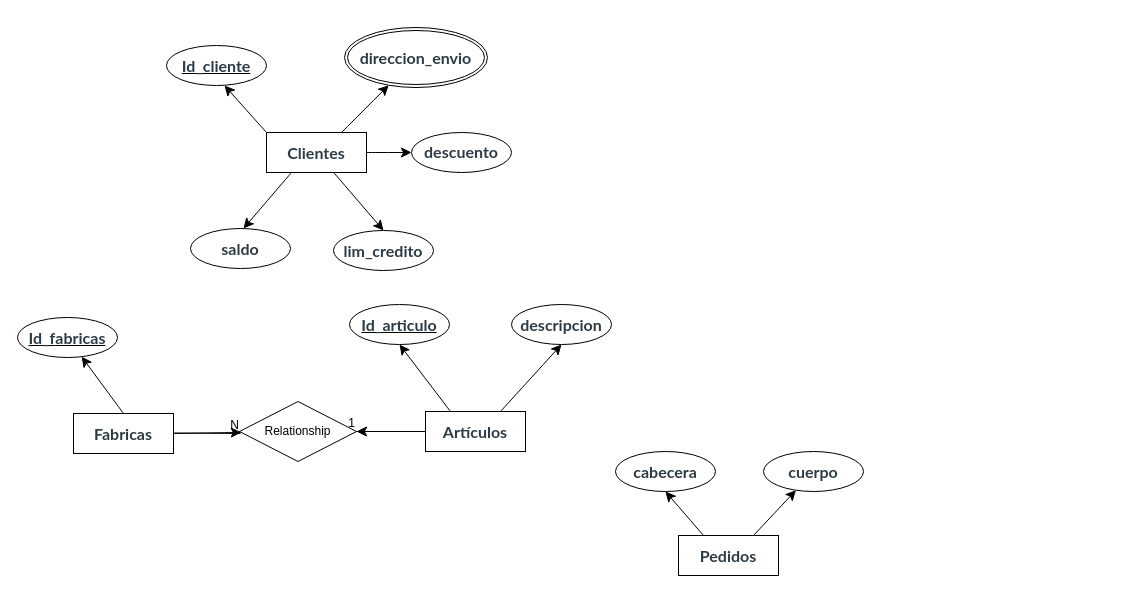
The draw.io diagram so8.drawio in ByronCOR/ESTRUDATOS, before the edit. Source tidied: cells renumbered, new cells numbered last; positions are measured from the earlier drawing's top-left corner, leaving out a move shared by most shapes. Both pictures are drawn from the tidied source at 100%, with x=0, y=0 at pixel (17, 27).
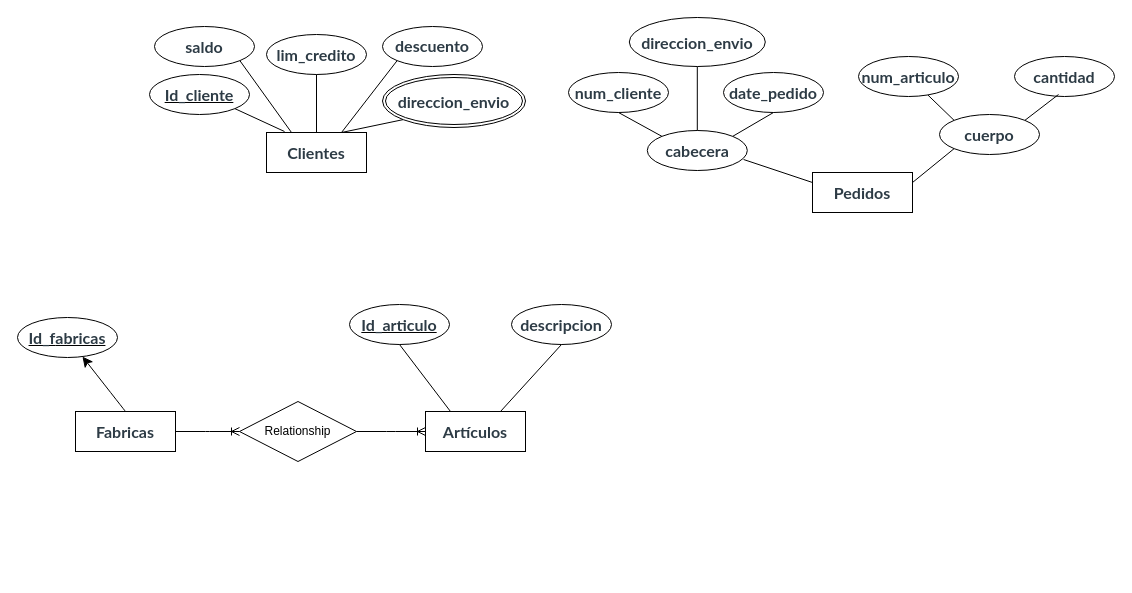
Above is the later version.

Unchanged cells that the change refers to:
```xml
<mxCell id="4" value="&lt;strong style=&quot;color: rgb(45, 59, 69); font-family: LatoWeb, &amp;quot;Lato Extended&amp;quot;, Lato, &amp;quot;Helvetica Neue&amp;quot;, Helvetica, Arial, sans-serif; font-size: 16px; text-align: left;&quot;&gt;Clientes&lt;/strong&gt;" style="whiteSpace=wrap;html=1;align=center;" parent="1" vertex="1">
  <mxGeometry x="249" y="105" width="100" height="40" as="geometry" />
</mxCell>
<mxCell id="12" value="&lt;strong style=&quot;color: rgb(45, 59, 69); font-family: LatoWeb, &amp;quot;Lato Extended&amp;quot;, Lato, &amp;quot;Helvetica Neue&amp;quot;, Helvetica, Arial, sans-serif; font-size: 16px; text-align: left;&quot;&gt;Artículos&lt;/strong&gt;" style="whiteSpace=wrap;html=1;align=center;" parent="1" vertex="1">
  <mxGeometry x="408" y="384" width="100" height="40" as="geometry" />
</mxCell>
<mxCell id="13" value="&lt;strong style=&quot;color: rgb(45, 59, 69); font-family: LatoWeb, &amp;quot;Lato Extended&amp;quot;, Lato, &amp;quot;Helvetica Neue&amp;quot;, Helvetica, Arial, sans-serif; font-size: 16px; text-align: left;&quot;&gt;Id_articulo&lt;/strong&gt;" style="ellipse;whiteSpace=wrap;html=1;align=center;fontStyle=4;" parent="1" vertex="1">
  <mxGeometry x="332" y="277" width="100" height="40" as="geometry" />
</mxCell>
<mxCell id="18" value="Relationship" style="shape=rhombus;perimeter=rhombusPerimeter;whiteSpace=wrap;html=1;align=center;" parent="1" vertex="1">
  <mxGeometry x="222" y="374" width="117" height="60" as="geometry" />
</mxCell>
```

The edit, as a diff of the source:
```diff
@@
-    <mxCell id="2" style="edgeStyle=none;curved=1;rounded=0;jettySize=auto;html=1;exitX=0.75;exitY=0;exitDx=0;exitDy=0;fontSize=12;startSize=8;endSize=8;" parent="1" edge="1" source="4" target="5">
-      <mxGeometry relative="1" as="geometry" />
-    </mxCell>
-    <mxCell id="3" style="edgeStyle=none;curved=1;rounded=0;jettySize=auto;html=1;exitX=1;exitY=0.5;exitDx=0;exitDy=0;fontSize=12;startSize=8;endSize=8;" parent="1" edge="1" source="4" target="25">
-      <mxGeometry relative="1" as="geometry" />
-    </mxCell>
@@
     <mxCell id="5" value="&lt;strong style=&quot;color: rgb(45, 59, 69); font-family: LatoWeb, &amp;quot;Lato Extended&amp;quot;, Lato, &amp;quot;Helvetica Neue&amp;quot;, Helvetica, Arial, sans-serif; font-size: 16px; text-align: left;&quot;&gt;direccion_envio&lt;/strong&gt;" style="ellipse;shape=doubleEllipse;margin=3;whiteSpace=wrap;html=1;align=center;" parent="1" vertex="1">
-      <mxGeometry x="327" width="143" height="60" as="geometry" />
+      <mxGeometry x="365" y="47" width="143" height="53" as="geometry" />
     </mxCell>
     <mxCell id="6" value="&lt;strong style=&quot;color: rgb(45, 59, 69); font-family: LatoWeb, &amp;quot;Lato Extended&amp;quot;, Lato, &amp;quot;Helvetica Neue&amp;quot;, Helvetica, Arial, sans-serif; font-size: 16px; text-align: left;&quot;&gt;saldo&lt;/strong&gt;" style="ellipse;whiteSpace=wrap;html=1;align=center;" parent="1" vertex="1">
-      <mxGeometry x="173" y="201" width="100" height="40" as="geometry" />
+      <mxGeometry x="137" y="-1" width="100" height="40" as="geometry" />
     </mxCell>
     <mxCell id="7" value="&lt;strong style=&quot;color: rgb(45, 59, 69); font-family: LatoWeb, &amp;quot;Lato Extended&amp;quot;, Lato, &amp;quot;Helvetica Neue&amp;quot;, Helvetica, Arial, sans-serif; font-size: 16px; text-align: left;&quot;&gt;lim_credito&lt;/strong&gt;" style="ellipse;whiteSpace=wrap;html=1;align=center;" parent="1" vertex="1">
-      <mxGeometry x="316" y="203" width="100" height="40" as="geometry" />
+      <mxGeometry x="249" y="7" width="100" height="40" as="geometry" />
     </mxCell>
     <mxCell id="8" value="&lt;strong style=&quot;color: rgb(45, 59, 69); font-family: LatoWeb, &amp;quot;Lato Extended&amp;quot;, Lato, &amp;quot;Helvetica Neue&amp;quot;, Helvetica, Arial, sans-serif; font-size: 16px; text-align: left;&quot;&gt;Id_cliente&lt;/strong&gt;" style="ellipse;whiteSpace=wrap;html=1;align=center;fontStyle=4;" parent="1" vertex="1">
-      <mxGeometry x="149" y="18" width="100" height="40" as="geometry" />
+      <mxGeometry x="132" y="47" width="100" height="40" as="geometry" />
     </mxCell>
-    <mxCell id="9" style="edgeStyle=none;curved=1;rounded=0;jettySize=auto;html=1;exitX=0.25;exitY=0;exitDx=0;exitDy=0;entryX=0.5;entryY=1;entryDx=0;entryDy=0;fontSize=12;startSize=8;endSize=8;" parent="1" edge="1" source="12" target="13">
-      <mxGeometry relative="1" as="geometry" />
-    </mxCell>
-    <mxCell id="10" style="edgeStyle=none;curved=1;rounded=0;jettySize=auto;html=1;exitX=0.75;exitY=0;exitDx=0;exitDy=0;entryX=0.5;entryY=1;entryDx=0;entryDy=0;fontSize=12;startSize=8;endSize=8;" parent="1" edge="1" source="12" target="21">
-      <mxGeometry relative="1" as="geometry" />
-    </mxCell>
-    <mxCell id="11" style="edgeStyle=none;curved=1;rounded=0;jettySize=auto;html=1;exitX=0;exitY=0.5;exitDx=0;exitDy=0;entryX=1;entryY=0.5;entryDx=0;entryDy=0;fontSize=12;startSize=8;endSize=8;" parent="1" edge="1" source="12" target="18">
-      <mxGeometry relative="1" as="geometry" />
-    </mxCell>
@@
-    <mxCell id="15" style="edgeStyle=none;curved=1;rounded=0;jettySize=auto;html=1;exitX=1;exitY=0.5;exitDx=0;exitDy=0;fontSize=12;startSize=8;endSize=8;" parent="1" edge="1" source="16" target="18">
-      <mxGeometry relative="1" as="geometry" />
-    </mxCell>
     <mxCell id="16" value="&lt;div style=&quot;text-align: left;&quot;&gt;&lt;font face=&quot;LatoWeb, Lato Extended, Lato, Helvetica Neue, Helvetica, Arial, sans-serif&quot; color=&quot;#2d3b45&quot;&gt;&lt;span style=&quot;font-size: 16px;&quot;&gt;&lt;b&gt;Fabricas&lt;/b&gt;&lt;/span&gt;&lt;/font&gt;&lt;/div&gt;" style="whiteSpace=wrap;html=1;align=center;" parent="1" vertex="1">
-      <mxGeometry x="56" y="386" width="100" height="40" as="geometry" />
+      <mxGeometry x="58" y="384" width="100" height="40" as="geometry" />
     </mxCell>
@@
+    <mxCell id="21" value="&lt;strong style=&quot;color: rgb(45, 59, 69); font-family: LatoWeb, &amp;quot;Lato Extended&amp;quot;, Lato, &amp;quot;Helvetica Neue&amp;quot;, Helvetica, Arial, sans-serif; font-size: 16px; text-align: left;&quot;&gt;descripcion&lt;/strong&gt;" style="ellipse;whiteSpace=wrap;html=1;align=center;" parent="1" vertex="1">
+      <mxGeometry x="494" y="277" width="100" height="40" as="geometry" />
+    </mxCell>
+    <mxCell id="24" value="&lt;strong style=&quot;color: rgb(45, 59, 69); font-family: LatoWeb, &amp;quot;Lato Extended&amp;quot;, Lato, &amp;quot;Helvetica Neue&amp;quot;, Helvetica, Arial, sans-serif; font-size: 16px; text-align: left;&quot;&gt;Pedidos&lt;/strong&gt;" style="whiteSpace=wrap;html=1;align=center;" parent="1" vertex="1">
+      <mxGeometry x="795" y="145" width="100" height="40" as="geometry" />
+    </mxCell>
+    <mxCell id="25" value="&lt;div style=&quot;text-align: left;&quot;&gt;&lt;span style=&quot;background-color: initial; font-size: 16px;&quot;&gt;&lt;font face=&quot;LatoWeb, Lato Extended, Lato, Helvetica Neue, Helvetica, Arial, sans-serif&quot; color=&quot;#2d3b45&quot;&gt;&lt;b&gt;descuento&lt;/b&gt;&lt;/font&gt;&lt;/span&gt;&lt;/div&gt;" style="ellipse;whiteSpace=wrap;html=1;align=center;" parent="1" vertex="1">
+      <mxGeometry x="365" y="-1" width="100" height="40" as="geometry" />
+    </mxCell>
+    <mxCell id="30" value="&lt;div style=&quot;text-align: left;&quot;&gt;&lt;font face=&quot;LatoWeb, Lato Extended, Lato, Helvetica Neue, Helvetica, Arial, sans-serif&quot; color=&quot;#2d3b45&quot;&gt;&lt;span style=&quot;font-size: 16px;&quot;&gt;&lt;b&gt;cabecera&lt;/b&gt;&lt;/span&gt;&lt;/font&gt;&lt;/div&gt;" style="ellipse;whiteSpace=wrap;html=1;align=center;" parent="1" vertex="1">
+      <mxGeometry x="629.8" y="103" width="100" height="40" as="geometry" />
+    </mxCell>
+    <mxCell id="31" value="&lt;div style=&quot;text-align: left;&quot;&gt;&lt;strong style=&quot;color: rgb(45, 59, 69); font-family: LatoWeb, &amp;quot;Lato Extended&amp;quot;, Lato, &amp;quot;Helvetica Neue&amp;quot;, Helvetica, Arial, sans-serif; font-size: 16px;&quot;&gt;cuerpo&lt;/strong&gt;&lt;br&gt;&lt;/div&gt;" style="ellipse;whiteSpace=wrap;html=1;align=center;" parent="1" vertex="1">
+      <mxGeometry x="922" y="87" width="100" height="40" as="geometry" />
+    </mxCell>
+    <mxCell id="15" style="edgeStyle=entityRelationEdgeStyle;fontSize=12;html=1;endArrow=ERoneToMany;rounded=0;exitX=1;exitY=0.5;exitDx=0;exitDy=0;entryX=0;entryY=0.5;entryDx=0;entryDy=0;" parent="1" edge="1" source="16" target="18">
+      <mxGeometry relative="1" as="geometry">
+        <Array as="points">
+          <mxPoint x="190" y="406" />
+        </Array>
+      </mxGeometry>
+    </mxCell>
+    <mxCell id="32" style="endArrow=none;html=1;rounded=0;entryX=1;entryY=1;entryDx=0;entryDy=0;exitX=0.18;exitY=-0.025;exitDx=0;exitDy=0;exitPerimeter=0;" parent="1" edge="1" source="4" target="8">
+      <mxGeometry relative="1" as="geometry" />
+    </mxCell>
+    <mxCell id="2" style="endArrow=none;html=1;rounded=0;entryX=0;entryY=1;entryDx=0;entryDy=0;exitX=0.75;exitY=0;exitDx=0;exitDy=0;" parent="1" edge="1" source="4" target="5">
+      <mxGeometry relative="1" as="geometry" />
+    </mxCell>
+    <mxCell id="20" style="endArrow=none;html=1;rounded=0;entryX=1;entryY=1;entryDx=0;entryDy=0;exitX=0.25;exitY=0;exitDx=0;exitDy=0;" parent="1" edge="1" source="4" target="6">
+      <mxGeometry relative="1" as="geometry" />
+    </mxCell>
-    <mxCell id="19" style="edgeStyle=none;curved=1;rounded=0;jettySize=auto;html=1;entryX=0.5;entryY=0;entryDx=0;entryDy=0;fontSize=12;startSize=8;endSize=8;" parent="1" edge="1" source="4" target="7">
+    <mxCell id="19" style="endArrow=none;html=1;rounded=0;entryX=0.5;entryY=1;entryDx=0;entryDy=0;exitX=0.5;exitY=0;exitDx=0;exitDy=0;" parent="1" edge="1" source="4" target="7">
       <mxGeometry relative="1" as="geometry" />
     </mxCell>
-    <mxCell id="20" style="edgeStyle=none;curved=1;rounded=0;jettySize=auto;html=1;exitX=0.25;exitY=1;exitDx=0;exitDy=0;entryX=0.53;entryY=0;entryDx=0;entryDy=0;entryPerimeter=0;fontSize=12;startSize=8;endSize=8;" parent="1" edge="1" source="4" target="6">
-      <mxGeometry relative="1" as="geometry" />
-    </mxCell>
-    <mxCell id="21" value="&lt;strong style=&quot;color: rgb(45, 59, 69); font-family: LatoWeb, &amp;quot;Lato Extended&amp;quot;, Lato, &amp;quot;Helvetica Neue&amp;quot;, Helvetica, Arial, sans-serif; font-size: 16px; text-align: left;&quot;&gt;descripcion&lt;/strong&gt;" style="ellipse;whiteSpace=wrap;html=1;align=center;" parent="1" vertex="1">
-      <mxGeometry x="494" y="277" width="100" height="40" as="geometry" />
-    </mxCell>
+    <mxCell id="3" style="endArrow=none;html=1;rounded=0;exitX=0.75;exitY=0;exitDx=0;exitDy=0;entryX=0;entryY=1;entryDx=0;entryDy=0;" parent="1" edge="1" source="4" target="25">
+      <mxGeometry relative="1" as="geometry" />
+    </mxCell>
+    <mxCell id="33" value="&lt;div style=&quot;text-align: left;&quot;&gt;&lt;font face=&quot;LatoWeb, Lato Extended, Lato, Helvetica Neue, Helvetica, Arial, sans-serif&quot; color=&quot;#2d3b45&quot;&gt;&lt;span style=&quot;font-size: 16px;&quot;&gt;&lt;b&gt;num_cliente&lt;/b&gt;&lt;/span&gt;&lt;/font&gt;&lt;/div&gt;" style="ellipse;whiteSpace=wrap;html=1;align=center;" parent="1" vertex="1">
+      <mxGeometry x="551" y="45" width="100" height="40" as="geometry" />
+    </mxCell>
+    <mxCell id="34" value="&lt;div style=&quot;text-align: left;&quot;&gt;&lt;font face=&quot;LatoWeb, Lato Extended, Lato, Helvetica Neue, Helvetica, Arial, sans-serif&quot; color=&quot;#2d3b45&quot;&gt;&lt;span style=&quot;font-size: 16px;&quot;&gt;&lt;b&gt;date_pedido&lt;/b&gt;&lt;/span&gt;&lt;/font&gt;&lt;/div&gt;" style="ellipse;whiteSpace=wrap;html=1;align=center;" parent="1" vertex="1">
+      <mxGeometry x="706" y="45" width="100" height="40" as="geometry" />
+    </mxCell>
+    <mxCell id="35" value="&lt;div style=&quot;text-align: left;&quot;&gt;&lt;font face=&quot;LatoWeb, Lato Extended, Lato, Helvetica Neue, Helvetica, Arial, sans-serif&quot; color=&quot;#2d3b45&quot;&gt;&lt;span style=&quot;font-size: 16px;&quot;&gt;&lt;b&gt;num_articulo&lt;/b&gt;&lt;/span&gt;&lt;/font&gt;&lt;/div&gt;" style="ellipse;whiteSpace=wrap;html=1;align=center;" parent="1" vertex="1">
+      <mxGeometry x="841" y="29" width="100" height="40" as="geometry" />
+    </mxCell>
+    <mxCell id="36" value="&lt;div style=&quot;text-align: left;&quot;&gt;&lt;font face=&quot;LatoWeb, Lato Extended, Lato, Helvetica Neue, Helvetica, Arial, sans-serif&quot; color=&quot;#2d3b45&quot;&gt;&lt;span style=&quot;font-size: 16px;&quot;&gt;&lt;b&gt;cantidad&lt;/b&gt;&lt;/span&gt;&lt;/font&gt;&lt;/div&gt;" style="ellipse;whiteSpace=wrap;html=1;align=center;" parent="1" vertex="1">
+      <mxGeometry x="997" y="29" width="100" height="40" as="geometry" />
+    </mxCell>
+    <mxCell id="37" style="endArrow=none;html=1;rounded=0;exitX=0;exitY=0;exitDx=0;exitDy=0;entryX=0.5;entryY=1;entryDx=0;entryDy=0;" parent="1" edge="1" source="30" target="33">
+      <mxGeometry relative="1" as="geometry" />
+    </mxCell>
+    <mxCell id="38" style="endArrow=none;html=1;rounded=0;exitX=0.5;exitY=0;exitDx=0;exitDy=0;entryX=0.5;entryY=1;entryDx=0;entryDy=0;" parent="1" edge="1" source="30" target="39">
+      <mxGeometry relative="1" as="geometry" />
+    </mxCell>
+    <mxCell id="39" value="&lt;strong style=&quot;color: rgb(45, 59, 69); font-family: LatoWeb, &amp;quot;Lato Extended&amp;quot;, Lato, &amp;quot;Helvetica Neue&amp;quot;, Helvetica, Arial, sans-serif; font-size: 16px; text-align: left;&quot;&gt;direccion_envio&lt;/strong&gt;" style="ellipse;whiteSpace=wrap;html=1;align=center;" parent="1" vertex="1">
+      <mxGeometry x="611.8" y="-10" width="136" height="49" as="geometry" />
+    </mxCell>
+    <mxCell id="40" style="endArrow=none;html=1;rounded=0;exitX=1;exitY=0;exitDx=0;exitDy=0;entryX=0.5;entryY=1;entryDx=0;entryDy=0;" parent="1" edge="1" source="30" target="34">
+      <mxGeometry relative="1" as="geometry" />
+    </mxCell>
-    <mxCell id="22" style="edgeStyle=none;curved=1;rounded=0;jettySize=auto;html=1;exitX=0.25;exitY=0;exitDx=0;exitDy=0;entryX=0.5;entryY=1;entryDx=0;entryDy=0;fontSize=12;startSize=8;endSize=8;" parent="1" edge="1" source="24" target="30">
+    <mxCell id="22" style="endArrow=none;html=1;rounded=0;exitX=0;exitY=0.25;exitDx=0;exitDy=0;entryX=0.963;entryY=0.725;entryDx=0;entryDy=0;entryPerimeter=0;" parent="1" edge="1" source="24" target="30">
       <mxGeometry relative="1" as="geometry" />
     </mxCell>
-    <mxCell id="23" style="edgeStyle=none;curved=1;rounded=0;jettySize=auto;html=1;exitX=0.75;exitY=0;exitDx=0;exitDy=0;fontSize=12;startSize=8;endSize=8;" parent="1" edge="1" source="24" target="31">
+    <mxCell id="23" style="endArrow=none;html=1;rounded=0;exitX=1;exitY=0.25;exitDx=0;exitDy=0;entryX=0;entryY=1;entryDx=0;entryDy=0;" parent="1" edge="1" source="24" target="31">
       <mxGeometry relative="1" as="geometry" />
     </mxCell>
-    <mxCell id="24" value="&lt;strong style=&quot;color: rgb(45, 59, 69); font-family: LatoWeb, &amp;quot;Lato Extended&amp;quot;, Lato, &amp;quot;Helvetica Neue&amp;quot;, Helvetica, Arial, sans-serif; font-size: 16px; text-align: left;&quot;&gt;Pedidos&lt;/strong&gt;" style="whiteSpace=wrap;html=1;align=center;" parent="1" vertex="1">
-      <mxGeometry x="661" y="508" width="100" height="40" as="geometry" />
-    </mxCell>
-    <mxCell id="25" value="&lt;div style=&quot;text-align: left;&quot;&gt;&lt;span style=&quot;background-color: initial; font-size: 16px;&quot;&gt;&lt;font face=&quot;LatoWeb, Lato Extended, Lato, Helvetica Neue, Helvetica, Arial, sans-serif&quot; color=&quot;#2d3b45&quot;&gt;&lt;b&gt;descuento&lt;/b&gt;&lt;/font&gt;&lt;/span&gt;&lt;/div&gt;" style="ellipse;whiteSpace=wrap;html=1;align=center;" parent="1" vertex="1">
-      <mxGeometry x="394" y="105" width="100" height="40" as="geometry" />
-    </mxCell>
-    <mxCell id="26" style="endArrow=none;html=1;rounded=0;fontSize=12;startSize=8;endSize=8;curved=1;entryX=1;entryY=0.5;entryDx=0;entryDy=0;" parent="1" edge="1" source="12" target="18">
-      <mxGeometry relative="1" as="geometry" />
-    </mxCell>
-    <mxCell id="27" value="1" style="html=1;whiteSpace=wrap;align=right;verticalAlign=bottom;" parent="26" vertex="1">
-      <mxGeometry x="1" relative="1" as="geometry" />
-    </mxCell>
-    <mxCell id="28" style="endArrow=none;html=1;rounded=0;fontSize=12;startSize=8;endSize=8;curved=1;" parent="1" edge="1">
-      <mxGeometry relative="1" as="geometry">
-        <mxPoint x="156" y="405.5" as="sourcePoint" />
-        <mxPoint x="223" y="406" as="targetPoint" />
-      </mxGeometry>
-    </mxCell>
-    <mxCell id="29" value="N" style="html=1;whiteSpace=wrap;align=right;verticalAlign=bottom;" parent="28" vertex="1">
-      <mxGeometry x="1" relative="1" as="geometry" />
-    </mxCell>
-    <mxCell id="30" value="&lt;div style=&quot;text-align: left;&quot;&gt;&lt;font face=&quot;LatoWeb, Lato Extended, Lato, Helvetica Neue, Helvetica, Arial, sans-serif&quot; color=&quot;#2d3b45&quot;&gt;&lt;span style=&quot;font-size: 16px;&quot;&gt;&lt;b&gt;cabecera&lt;/b&gt;&lt;/span&gt;&lt;/font&gt;&lt;/div&gt;" style="ellipse;whiteSpace=wrap;html=1;align=center;" parent="1" vertex="1">
-      <mxGeometry x="598" y="424" width="100" height="40" as="geometry" />
-    </mxCell>
-    <mxCell id="31" value="&lt;div style=&quot;text-align: left;&quot;&gt;&lt;strong style=&quot;color: rgb(45, 59, 69); font-family: LatoWeb, &amp;quot;Lato Extended&amp;quot;, Lato, &amp;quot;Helvetica Neue&amp;quot;, Helvetica, Arial, sans-serif; font-size: 16px;&quot;&gt;cuerpo&lt;/strong&gt;&lt;br&gt;&lt;/div&gt;" style="ellipse;whiteSpace=wrap;html=1;align=center;" parent="1" vertex="1">
-      <mxGeometry x="746" y="424" width="100" height="40" as="geometry" />
-    </mxCell>
-    <mxCell id="32" style="edgeStyle=none;curved=1;rounded=0;jettySize=auto;html=1;exitX=0;exitY=0;exitDx=0;exitDy=0;entryX=0.58;entryY=1;entryDx=0;entryDy=0;entryPerimeter=0;fontSize=12;startSize=8;endSize=8;" parent="1" edge="1" source="4" target="8">
-      <mxGeometry relative="1" as="geometry" />
-    </mxCell>
+    <mxCell id="41" style="endArrow=none;html=1;rounded=0;exitX=0;exitY=0;exitDx=0;exitDy=0;" parent="1" edge="1" source="31" target="35">
+      <mxGeometry relative="1" as="geometry" />
+    </mxCell>
+    <mxCell id="42" style="endArrow=none;html=1;rounded=0;exitX=1;exitY=0;exitDx=0;exitDy=0;entryX=0.44;entryY=0.95;entryDx=0;entryDy=0;entryPerimeter=0;" parent="1" edge="1" source="31" target="36">
+      <mxGeometry relative="1" as="geometry" />
+    </mxCell>
+    <mxCell id="43" style="edgeStyle=entityRelationEdgeStyle;fontSize=12;html=1;endArrow=ERoneToMany;rounded=0;exitX=1;exitY=0.5;exitDx=0;exitDy=0;entryX=0;entryY=0.5;entryDx=0;entryDy=0;" parent="1" edge="1" source="18" target="12">
+      <mxGeometry relative="1" as="geometry" />
+    </mxCell>
+    <mxCell id="10" style="endArrow=none;html=1;rounded=0;exitX=0.75;exitY=0;exitDx=0;exitDy=0;entryX=0.5;entryY=1;entryDx=0;entryDy=0;" parent="1" edge="1" source="12" target="21">
+      <mxGeometry relative="1" as="geometry" />
+    </mxCell>
+    <mxCell id="9" style="endArrow=none;html=1;rounded=0;exitX=0.25;exitY=0;exitDx=0;exitDy=0;entryX=0.5;entryY=1;entryDx=0;entryDy=0;" parent="1" edge="1" source="12" target="13">
+      <mxGeometry relative="1" as="geometry" />
+    </mxCell>
```
